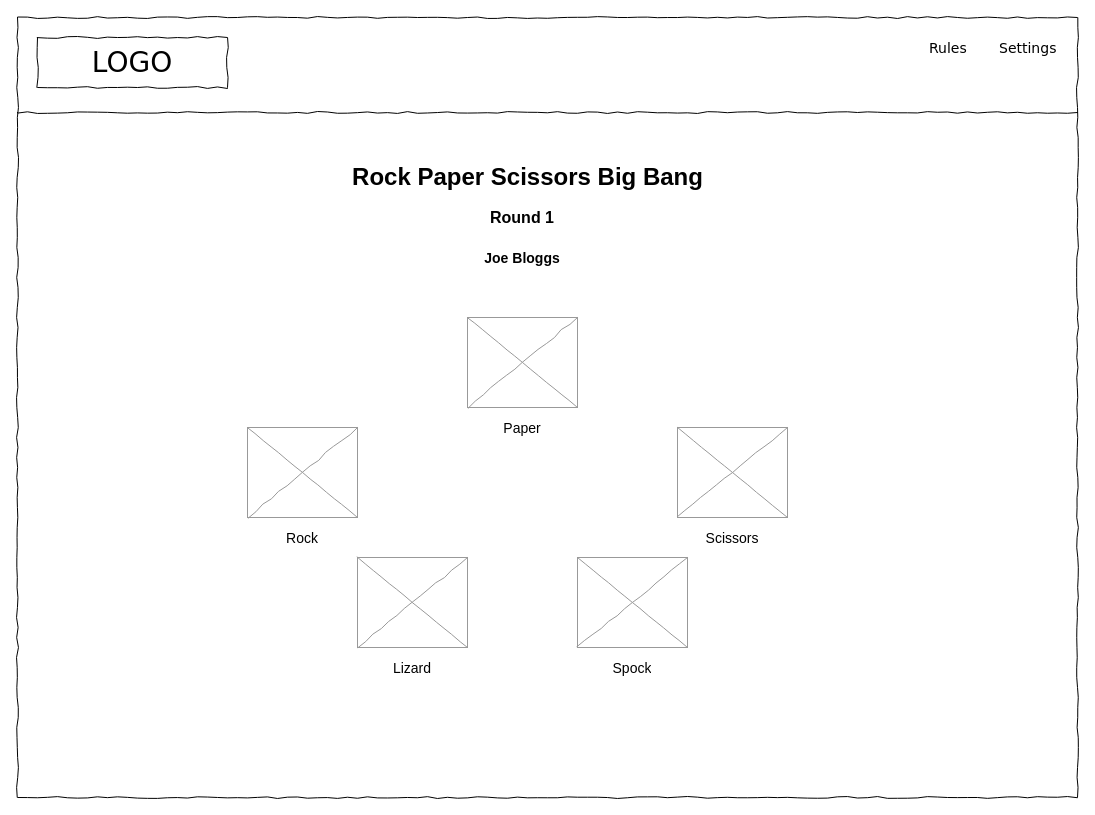
The draw.io diagram page "game-play-big-bang-large" (4 of 15) of design/rps-xtreme.drawio in ibuttimer/rock-paper-scissors-xtreme, before the edit. Source tidied: cells renumbered, new cells numbered last; positions are measured from the earlier drawing's top-left corner, leaving out a move shared by most shapes. Both pictures are drawn from the tidied source at 100%, with x=0, y=0 at pixel (17, 17).
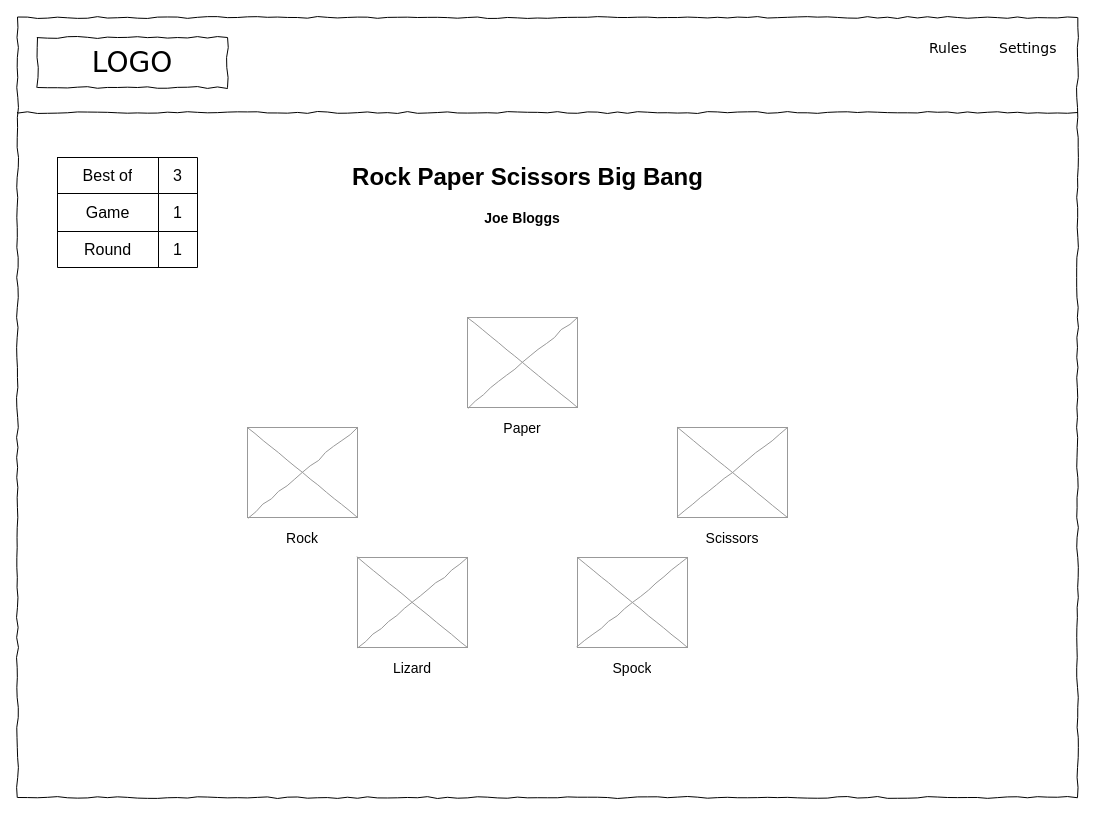
After the change.

Diff of the diagram source:
```diff
@@
-    <mxCell id="18" value="&lt;b style=&quot;&quot;&gt;&lt;font style=&quot;font-size: 16px;&quot;&gt;Round 1&lt;/font&gt;&lt;/b&gt;" style="text;html=1;strokeColor=none;fillColor=none;align=center;verticalAlign=middle;whiteSpace=wrap;overflow=hidden;" parent="1" vertex="1">
-      <mxGeometry x="425" y="180" width="160" height="40" as="geometry" />
-    </mxCell>
     <mxCell id="19" value="&lt;span style=&quot;font-size: 16px;&quot;&gt;&lt;b style=&quot;font-size: 14px;&quot;&gt;Joe Bloggs&lt;/b&gt;&lt;/span&gt;" style="text;html=1;strokeColor=none;fillColor=none;align=center;verticalAlign=middle;whiteSpace=wrap;overflow=hidden;" parent="1" vertex="1">
-      <mxGeometry x="425" y="220" width="160" height="40" as="geometry" />
+      <mxGeometry x="425" y="180" width="160" height="40" as="geometry" />
     </mxCell>
+    <mxCell id="20" style="shape=table;html=1;whiteSpace=wrap;startSize=0;childLayout=tableLayout;fontSize=16;" parent="1" vertex="1">
+      <mxGeometry x="40" y="140" width="140" height="110" as="geometry" />
+    </mxCell>
+    <mxCell id="21" style="shape=tableRow;horizontal=0;startSize=0;swimlaneHead=0;swimlaneBody=0;top=0;left=0;bottom=0;right=0;fillColor=none;fontSize=16;" parent="20" vertex="1">
+      <mxGeometry width="140" height="36" as="geometry" />
+    </mxCell>
+    <mxCell id="22" value="Best of" style="shape=partialRectangle;html=1;whiteSpace=wrap;fillColor=none;top=0;left=0;bottom=0;right=0;overflow=hidden;fontSize=16;" parent="21" vertex="1">
+      <mxGeometry width="101" height="36" as="geometry" />
+    </mxCell>
+    <mxCell id="23" value="3" style="shape=partialRectangle;html=1;whiteSpace=wrap;fillColor=none;top=0;left=0;bottom=0;right=0;overflow=hidden;fontSize=16;" parent="21" vertex="1">
+      <mxGeometry x="101" width="39" height="36" as="geometry" />
+    </mxCell>
+    <mxCell id="24" style="shape=tableRow;horizontal=0;startSize=0;swimlaneHead=0;swimlaneBody=0;top=0;left=0;bottom=0;right=0;fillColor=none;fontSize=16;" parent="20" vertex="1">
+      <mxGeometry y="36" width="140" height="38" as="geometry" />
+    </mxCell>
+    <mxCell id="25" value="Game" style="shape=partialRectangle;html=1;whiteSpace=wrap;fillColor=none;top=0;left=0;bottom=0;right=0;overflow=hidden;fontSize=16;" parent="24" vertex="1">
+      <mxGeometry width="101" height="38" as="geometry" />
+    </mxCell>
+    <mxCell id="26" value="1" style="shape=partialRectangle;html=1;whiteSpace=wrap;fillColor=none;top=0;left=0;bottom=0;right=0;overflow=hidden;fontSize=16;" parent="24" vertex="1">
+      <mxGeometry x="101" width="39" height="38" as="geometry" />
+    </mxCell>
+    <mxCell id="27" style="shape=tableRow;horizontal=0;startSize=0;swimlaneHead=0;swimlaneBody=0;top=0;left=0;bottom=0;right=0;fillColor=none;fontSize=16;" parent="20" vertex="1">
+      <mxGeometry y="74" width="140" height="36" as="geometry" />
+    </mxCell>
+    <mxCell id="28" value="Round" style="shape=partialRectangle;html=1;whiteSpace=wrap;fillColor=none;top=0;left=0;bottom=0;right=0;overflow=hidden;fontSize=16;" parent="27" vertex="1">
+      <mxGeometry width="101" height="36" as="geometry" />
+    </mxCell>
+    <mxCell id="29" value="1" style="shape=partialRectangle;html=1;whiteSpace=wrap;fillColor=none;top=0;left=0;bottom=0;right=0;overflow=hidden;fontSize=16;" parent="27" vertex="1">
+      <mxGeometry x="101" width="39" height="36" as="geometry" />
+    </mxCell>
```
